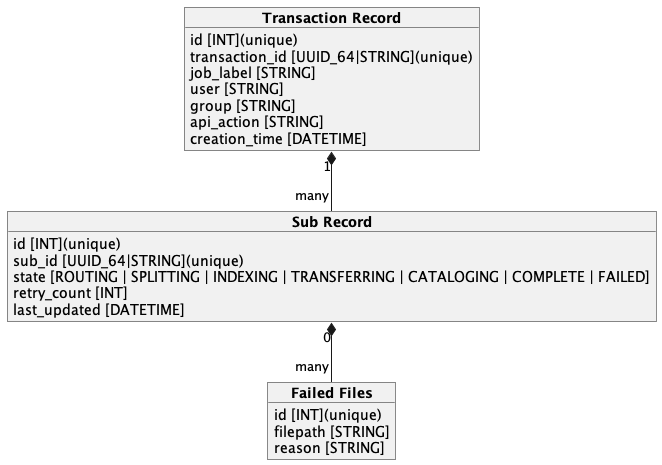
The PlantUML diagram docs/spec/uml/monitor_db.png in cedadev/nlds, before a commit.
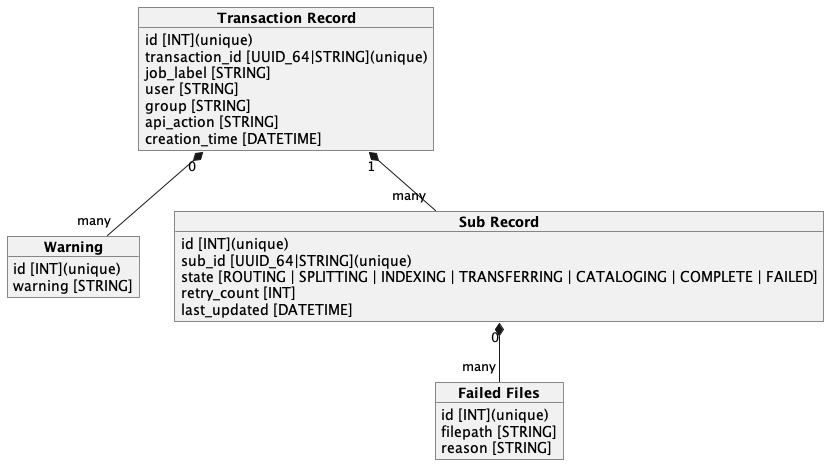
The same file after the commit.

Commit message:
Added warning to monitor db

What changed in the source:
```diff
@@ -8,6 +8,12 @@
     group [STRING]
     api_action [STRING]
     creation_time [DATETIME]
+}
+
+
+object "**Warning**" as warn {
+    id [INT](unique)
+    warning [STRING]
 }
 
 object "**Sub Record**" as sub_rec {
@@ -26,5 +32,6 @@
 
 tran_rec "1" *-- "many" sub_rec
 sub_rec "0" *-- "many" fail_rec
+tran_rec "0" *-- "many" warn
 
 @enduml
```
